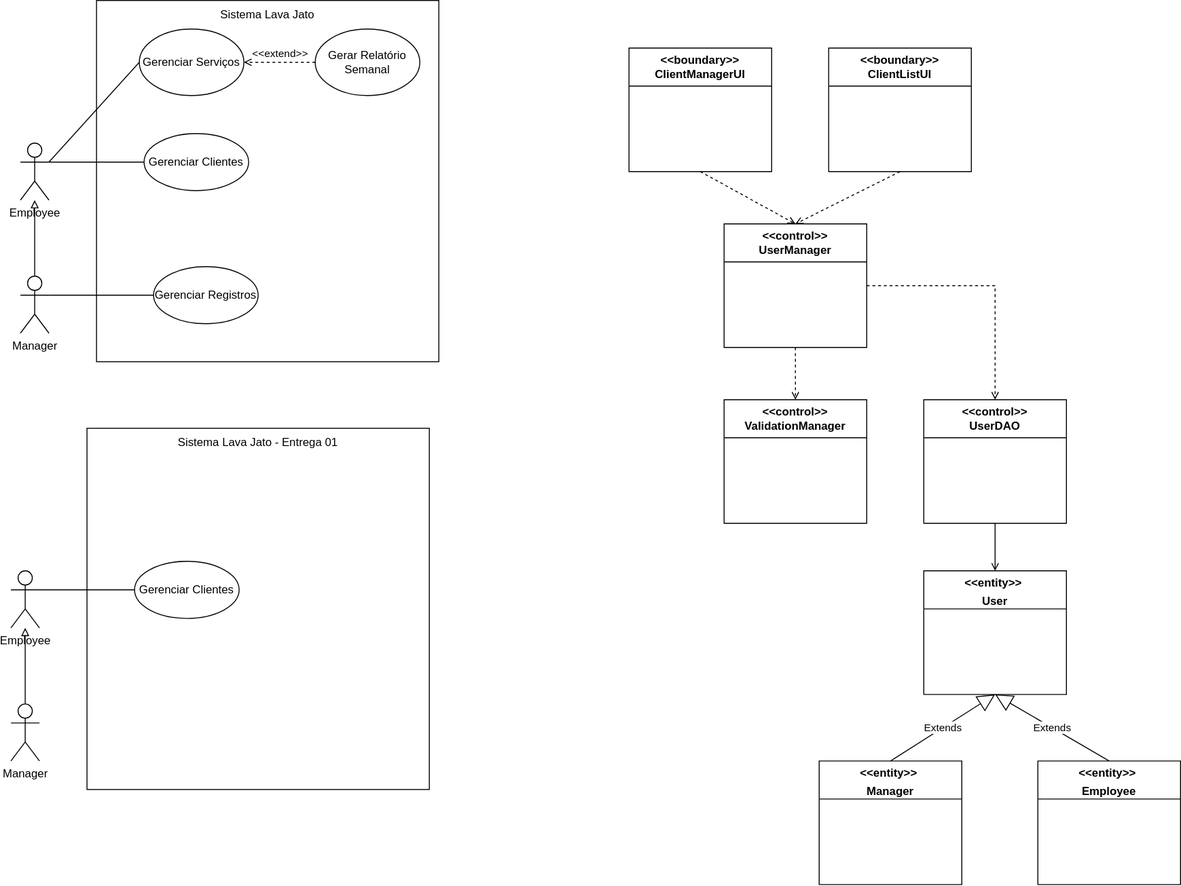
HiebertDiogo/Projeto-de-MPS keeps this draw.io diagram as Diagram View/LavaJato.drawio.svg. Above is the earlier version. Source tidied: cells renumbered, new cells last; positions are measured from the earlier drawing's top-left corner, leaving out a move shared by most shapes.
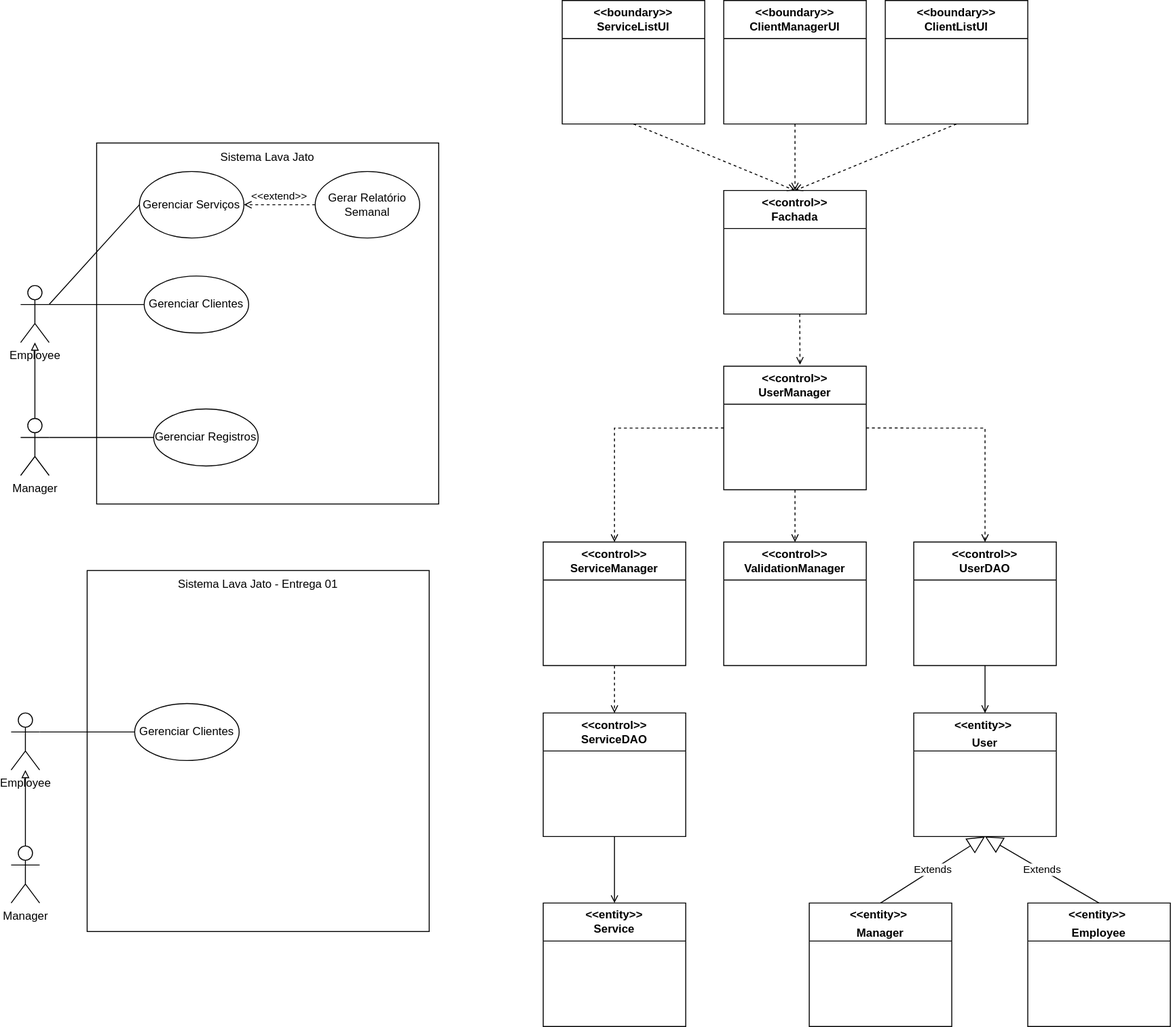
The same file after the commit.

What changed in the source:
```diff
@@ -44,16 +44,13 @@
       <mxGeometry x="210" width="120" height="30" as="geometry" />
     </mxCell>
     <mxCell id="15" value="&lt;p style=&quot;font-weight: 400; margin: 4px 0px 0px;&quot;&gt;&lt;b&gt;&amp;lt;&amp;lt;entity&amp;gt;&amp;gt;&amp;nbsp;&lt;/b&gt;&lt;/p&gt;&lt;p style=&quot;font-weight: 400; margin: 4px 0px 0px;&quot;&gt;&lt;b style=&quot;background-color: transparent; color: light-dark(rgb(0, 0, 0), rgb(255, 255, 255));&quot;&gt;Manager&lt;/b&gt;&lt;/p&gt;" style="swimlane;whiteSpace=wrap;html=1;startSize=40;fillColor=default;glass=0;swimlaneLine=1;rounded=0;shadow=0;swimlaneFillColor=none;gradientColor=none;" parent="1" vertex="1">
-      <mxGeometry x="850" y="800" width="150" height="130" as="geometry" />
+      <mxGeometry x="840" y="800" width="150" height="130" as="geometry" />
     </mxCell>
-    <mxCell id="16" style="rounded=0;jettySize=auto;html=1;exitX=0.5;exitY=1;exitDx=0;exitDy=0;entryX=0.5;entryY=0;entryDx=0;entryDy=0;dashed=1;endArrow=open;endFill=0;" parent="1" edge="1" source="17" target="24">
-      <mxGeometry relative="1" as="geometry" />
-    </mxCell>
     <mxCell id="17" value="&amp;lt;&amp;lt;boundary&amp;gt;&amp;gt;&lt;div&gt;ClientManagerUI&lt;/div&gt;" style="swimlane;whiteSpace=wrap;html=1;startSize=40;" parent="1" vertex="1">
-      <mxGeometry x="650" y="50" width="150" height="130" as="geometry" />
+      <mxGeometry x="750" y="-150" width="150" height="130" as="geometry" />
     </mxCell>
     <mxCell id="18" value="&lt;p style=&quot;font-weight: 400; margin: 4px 0px 0px;&quot;&gt;&lt;b&gt;&amp;lt;&amp;lt;entity&amp;gt;&amp;gt;&amp;nbsp;&lt;/b&gt;&lt;/p&gt;&lt;p style=&quot;font-weight: 400; margin: 4px 0px 0px;&quot;&gt;&lt;b style=&quot;background-color: transparent; color: light-dark(rgb(0, 0, 0), rgb(255, 255, 255));&quot;&gt;Employee&lt;/b&gt;&lt;/p&gt;" style="swimlane;whiteSpace=wrap;html=1;startSize=40;fillColor=default;glass=0;swimlaneLine=1;" parent="1" vertex="1">
-      <mxGeometry x="1080" y="800" width="150" height="130" as="geometry" />
+      <mxGeometry x="1070" y="800" width="150" height="130" as="geometry" />
     </mxCell>
     <mxCell id="19" value="Extends" style="endArrow=block;endSize=16;endFill=0;html=1;rounded=0;exitX=0.5;exitY=0;exitDx=0;exitDy=0;entryX=0.5;entryY=1;entryDx=0;entryDy=0;" parent="1" edge="1" source="15" target="21">
       <mxGeometry relative="1" as="geometry" />
@@ -62,7 +59,7 @@
       <mxGeometry relative="1" as="geometry" />
     </mxCell>
     <mxCell id="21" value="&lt;p style=&quot;font-weight: 400; margin: 4px 0px 0px;&quot;&gt;&lt;b&gt;&amp;lt;&amp;lt;entity&amp;gt;&amp;gt;&amp;nbsp;&lt;/b&gt;&lt;/p&gt;&lt;p style=&quot;font-weight: 400; margin: 4px 0px 0px;&quot;&gt;&lt;b style=&quot;background-color: transparent; color: light-dark(rgb(0, 0, 0), rgb(255, 255, 255));&quot;&gt;User&lt;/b&gt;&lt;/p&gt;" style="swimlane;whiteSpace=wrap;html=1;startSize=40;fillColor=default;glass=0;swimlaneLine=1;" parent="1" vertex="1">
-      <mxGeometry x="960" y="600" width="150" height="130" as="geometry" />
+      <mxGeometry x="950" y="600" width="150" height="130" as="geometry" />
     </mxCell>
     <mxCell id="22" style="edgeStyle=orthogonalEdgeStyle;rounded=0;jettySize=auto;html=1;exitX=0.5;exitY=1;exitDx=0;exitDy=0;entryX=0.5;entryY=0;entryDx=0;entryDy=0;endArrow=open;endFill=0;dashed=1;" parent="1" edge="1" source="24" target="34">
       <mxGeometry relative="1" as="geometry" />
@@ -70,6 +67,9 @@
     <mxCell id="23" style="edgeStyle=orthogonalEdgeStyle;rounded=0;jettySize=auto;html=1;exitX=1;exitY=0.5;exitDx=0;exitDy=0;dashed=1;endArrow=open;endFill=0;" parent="1" edge="1" source="24" target="36">
       <mxGeometry relative="1" as="geometry" />
     </mxCell>
+    <mxCell id="37" style="edgeStyle=orthogonalEdgeStyle;rounded=0;jettySize=auto;html=1;exitX=0;exitY=0.5;exitDx=0;exitDy=0;entryX=0.5;entryY=0;entryDx=0;entryDy=0;endArrow=open;endFill=0;dashed=1;" parent="1" edge="1" source="24" target="45">
+      <mxGeometry relative="1" as="geometry" />
+    </mxCell>
     <mxCell id="24" value="&amp;lt;&amp;lt;control&amp;gt;&amp;gt;&lt;div&gt;UserManager&lt;/div&gt;" style="swimlane;whiteSpace=wrap;html=1;startSize=40;" parent="1" vertex="1">
       <mxGeometry x="750" y="235" width="150" height="130" as="geometry" />
     </mxCell>
@@ -96,11 +96,8 @@
     <mxCell id="31" value="Sistema Lava Jato - Entrega 01" style="text;html=1;whiteSpace=wrap;strokeColor=none;fillColor=none;align=center;verticalAlign=middle;rounded=0;" parent="1" vertex="1">
       <mxGeometry x="165" y="450" width="190" height="30" as="geometry" />
     </mxCell>
-    <mxCell id="32" style="rounded=0;jettySize=auto;html=1;exitX=0.5;exitY=1;exitDx=0;exitDy=0;entryX=0.5;entryY=0;entryDx=0;entryDy=0;dashed=1;endArrow=open;endFill=0;" parent="1" edge="1" source="33" target="24">
-      <mxGeometry relative="1" as="geometry" />
-    </mxCell>
     <mxCell id="33" value="&amp;lt;&amp;lt;boundary&amp;gt;&amp;gt;&lt;div&gt;ClientListUI&lt;/div&gt;" style="swimlane;whiteSpace=wrap;html=1;startSize=40;" parent="1" vertex="1">
-      <mxGeometry x="860" y="50" width="150" height="130" as="geometry" />
+      <mxGeometry x="920" y="-150" width="150" height="130" as="geometry" />
     </mxCell>
     <mxCell id="34" value="&amp;lt;&amp;lt;control&amp;gt;&amp;gt;&lt;div&gt;ValidationManager&lt;/div&gt;" style="swimlane;whiteSpace=wrap;html=1;startSize=40;" parent="1" vertex="1">
       <mxGeometry x="750" y="420" width="150" height="130" as="geometry" />
@@ -109,7 +106,42 @@
       <mxGeometry relative="1" as="geometry" />
     </mxCell>
     <mxCell id="36" value="&amp;lt;&amp;lt;control&amp;gt;&amp;gt;&lt;div&gt;UserDAO&lt;span style=&quot;background-color: transparent; text-wrap-mode: nowrap; color: rgba(0, 0, 0, 0); font-family: monospace; font-size: 0px; font-weight: 400; text-align: start;&quot;&gt;%3CmxGraphModel%3E%3Croot%3E%3CmxCell%20id%3D%220%22%2F%3E%3CmxCell%20id%3D%221%22%20parent%3D%220%22%2F%3E%3CmxCell%20id%3D%222%22%20parent%3D%221%22%20style%3D%22swimlane%3BwhiteSpace%3Dwrap%3Bhtml%3D1%3BstartSize%3D40%3B%22%20value%3D%22%26amp%3Blt%3B%26amp%3Blt%3Bcontrol%26amp%3Bgt%3B%26amp%3Bgt%3B%26lt%3Bdiv%26gt%3BValidationManager%26lt%3B%2Fdiv%26gt%3B%22%20vertex%3D%221%22%3E%3CmxGeometry%20height%3D%22130%22%20width%3D%22150%22%20x%3D%221300%22%20y%3D%2245%22%20as%3D%22geometry%22%2F%3E%3C%2FmxCell%3E%3C%2Froot%3E%3C%2FmxGraphModel%3E&lt;/span&gt;&lt;span style=&quot;background-color: transparent; color: light-dark(rgb(0, 0, 0), rgb(255, 255, 255)); text-wrap-mode: nowrap; font-size: 0px; font-weight: 400;&quot;&gt;&lt;font face=&quot;monospace&quot;&gt;UserDAO&lt;/font&gt;&lt;/span&gt;&lt;/div&gt;" style="swimlane;whiteSpace=wrap;html=1;startSize=40;" parent="1" vertex="1">
-      <mxGeometry x="960" y="420" width="150" height="130" as="geometry" />
+      <mxGeometry x="950" y="420" width="150" height="130" as="geometry" />
     </mxCell>
+    <mxCell id="38" value="&amp;lt;&amp;lt;control&amp;gt;&amp;gt;&lt;div&gt;Fachada&lt;/div&gt;" style="swimlane;whiteSpace=wrap;html=1;startSize=40;" parent="1" vertex="1">
+      <mxGeometry x="750" y="50" width="150" height="130" as="geometry" />
+    </mxCell>
+    <mxCell id="39" value="&amp;lt;&amp;lt;entity&amp;gt;&amp;gt;&lt;div&gt;Service&lt;/div&gt;" style="swimlane;whiteSpace=wrap;html=1;startSize=40;" parent="1" vertex="1">
+      <mxGeometry x="560" y="800" width="150" height="130" as="geometry" />
+    </mxCell>
+    <mxCell id="40" style="edgeStyle=orthogonalEdgeStyle;rounded=0;jettySize=auto;html=1;exitX=0.5;exitY=1;exitDx=0;exitDy=0;entryX=0.5;entryY=0;entryDx=0;entryDy=0;endArrow=open;endFill=0;" parent="1" edge="1" source="41" target="39">
+      <mxGeometry relative="1" as="geometry" />
+    </mxCell>
+    <mxCell id="41" value="&amp;lt;&amp;lt;control&amp;gt;&amp;gt;&lt;div&gt;ServiceDAO&lt;/div&gt;" style="swimlane;whiteSpace=wrap;html=1;startSize=40;" parent="1" vertex="1">
+      <mxGeometry x="560" y="600" width="150" height="130" as="geometry" />
+    </mxCell>
+    <mxCell id="42" style="rounded=0;jettySize=auto;html=1;exitX=0.5;exitY=1;exitDx=0;exitDy=0;entryX=0.5;entryY=0;entryDx=0;entryDy=0;dashed=1;endArrow=open;endFill=0;" parent="1" edge="1" source="17" target="38">
+      <mxGeometry relative="1" as="geometry" />
+    </mxCell>
+    <mxCell id="43" style="rounded=0;jettySize=auto;html=1;entryX=0.5;entryY=0;entryDx=0;entryDy=0;dashed=1;endArrow=open;endFill=0;exitX=0.5;exitY=1;exitDx=0;exitDy=0;" parent="1" edge="1" source="33" target="38">
+      <mxGeometry relative="1" as="geometry" />
+    </mxCell>
+    <mxCell id="44" style="edgeStyle=orthogonalEdgeStyle;rounded=0;jettySize=auto;html=1;exitX=0.5;exitY=1;exitDx=0;exitDy=0;entryX=0.5;entryY=0;entryDx=0;entryDy=0;endArrow=open;endFill=0;dashed=1;" parent="1" edge="1" source="45" target="41">
+      <mxGeometry relative="1" as="geometry" />
+    </mxCell>
+    <mxCell id="45" value="&amp;lt;&amp;lt;control&lt;span style=&quot;background-color: transparent; color: light-dark(rgb(0, 0, 0), rgb(255, 255, 255));&quot;&gt;&amp;gt;&amp;gt;&lt;/span&gt;&lt;div&gt;&lt;div&gt;ServiceManager&lt;/div&gt;&lt;/div&gt;" style="swimlane;whiteSpace=wrap;html=1;startSize=40;" parent="1" vertex="1">
+      <mxGeometry x="560" y="420" width="150" height="130" as="geometry" />
+    </mxCell>
+    <mxCell id="46" style="rounded=0;jettySize=auto;html=1;dashed=1;endArrow=open;endFill=0;entryX=0.535;entryY=-0.012;entryDx=0;entryDy=0;entryPerimeter=0;" parent="1" edge="1" target="24">
+      <mxGeometry relative="1" as="geometry">
+        <mxPoint x="830" y="180" as="sourcePoint" />
+      </mxGeometry>
+    </mxCell>
+    <mxCell id="47" style="rounded=0;jettySize=auto;html=1;exitX=0.5;exitY=1;exitDx=0;exitDy=0;entryX=0.5;entryY=0;entryDx=0;entryDy=0;endArrow=open;endFill=0;dashed=1;" parent="1" edge="1" source="48" target="38">
+      <mxGeometry relative="1" as="geometry" />
+    </mxCell>
+    <mxCell id="48" value="&amp;lt;&amp;lt;boundary&amp;gt;&amp;gt;&lt;div&gt;ServiceL&lt;span style=&quot;background-color: transparent; color: light-dark(rgb(0, 0, 0), rgb(255, 255, 255));&quot;&gt;istUI&lt;/span&gt;&lt;/div&gt;" style="swimlane;whiteSpace=wrap;html=1;startSize=40;" parent="1" vertex="1">
+      <mxGeometry x="580" y="-150" width="150" height="130" as="geometry" />
+    </mxCell>
   </root>
 </mxGraphModel>
```
